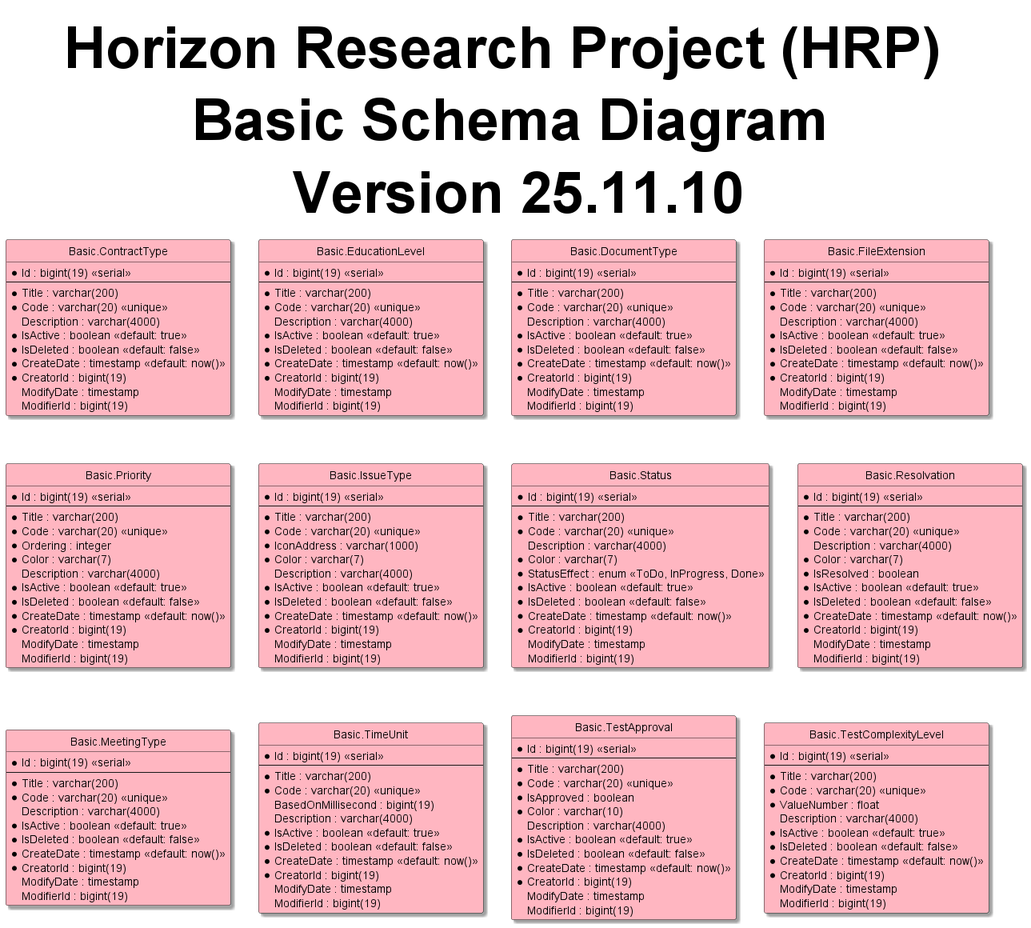
shadowfox1984/Horizon keeps this PlantUML diagram as 3-HorizonModeling/3.1-HorizonUml/out/ERD/Schemas/BasicSchemaDiagram.png. Above is the earlier version.
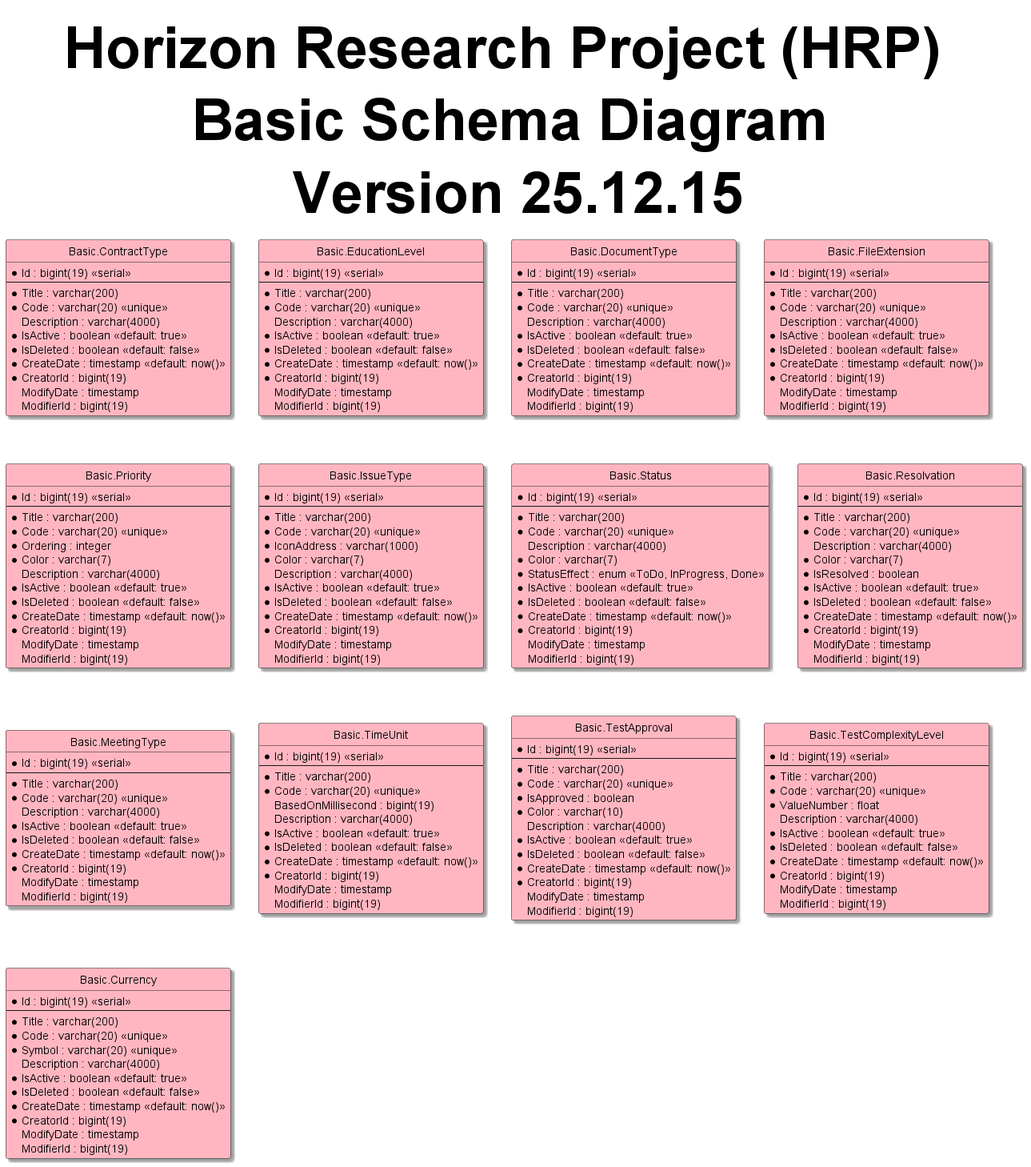
After the commit.

Change to the diagram source:
```diff
@@ -5,7 +5,7 @@
 skinparam Shadowing True
 skinparam TitleFontSize 72pt
 
-title Horizon Research Project (HRP) \n Basic Schema Diagram \n Version 25.11.10
+title Horizon Research Project (HRP) \n Basic Schema Diagram \n Version 25.12.15
 
 entity "Basic.ContractType" as contractType #LightPink{
   *Id : bigint(19) <<serial>>
@@ -186,4 +186,19 @@
   ModifyDate : timestamp
   ModifierId : bigint(19)
 }
+
+entity "Basic.Currency" as currency #LightPink{
+  *Id : bigint(19) <<serial>>
+  --
+  *Title : varchar(200)
+  *Code : varchar(20) <<unique>>
+  *Symbol : varchar(20) <<unique>>
+  Description : varchar(4000)
+  *IsActive : boolean <<default: true>>
+  *IsDeleted : boolean <<default: false>>
+  *CreateDate : timestamp <<default: now()>>
+  *CreatorId : bigint(19)
+  ModifyDate : timestamp
+  ModifierId : bigint(19)
+}
 @enduml
```
